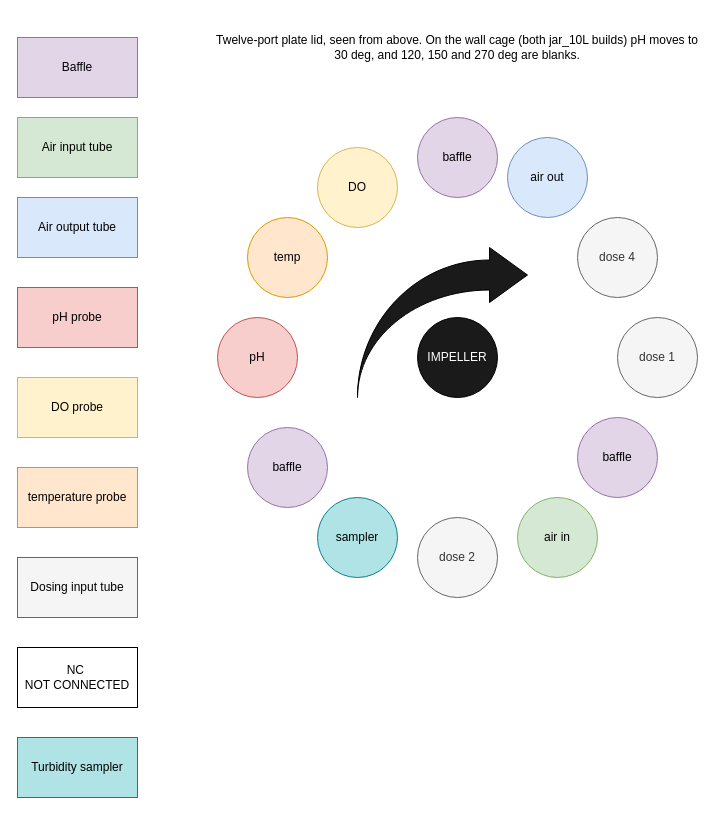
The draw.io diagram docs/ports_layout.drawio in uwo-fast/open-source-bioreactor, before the edit. Source tidied: cells renumbered, new cells numbered last; positions are measured from the earlier drawing's top-left corner, leaving out a move shared by most shapes. Both pictures are drawn from the tidied source at 100%, with x=0, y=0 at pixel (17, 17).
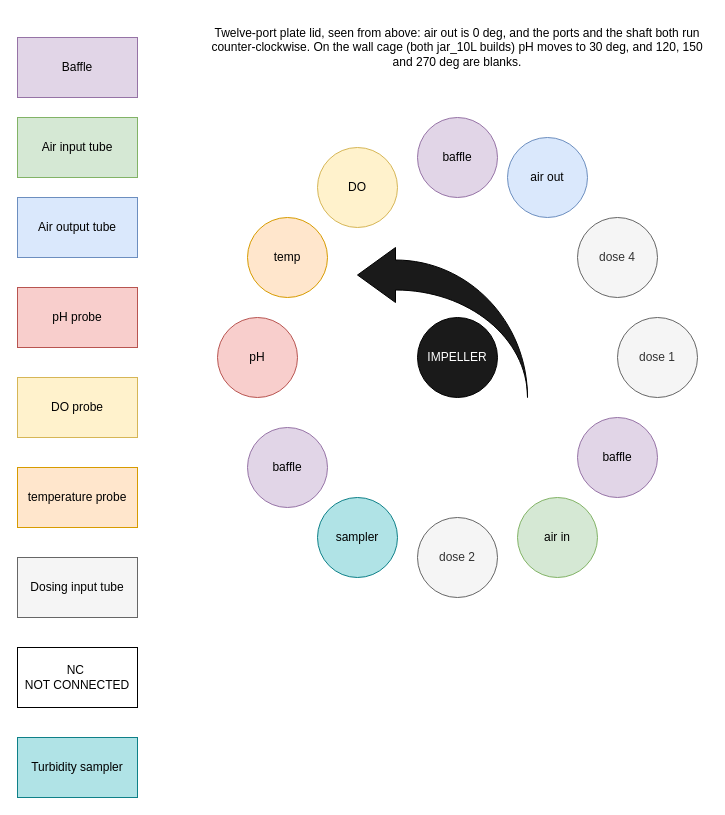
After the change.

Commit message (it also covers changes not shown here):
docs(ports-layout): turn the impeller arrow back to counter-clockwise

The edit, as a diff of the source:
```diff
@@
-    <mxCell id="24" value="Twelve-port plate lid, seen from above. On the wall cage (both jar_10L builds) pH moves to 30 deg, and 120, 150 and 270 deg are blanks." style="text;html=1;whiteSpace=wrap;align=center;verticalAlign=middle;" parent="1" vertex="1">
+    <mxCell id="24" value="Twelve-port plate lid, seen from above: air out is 0 deg, and the ports and the shaft both run counter-clockwise. On the wall cage (both jar_10L builds) pH moves to 30 deg, and 120, 150 and 270 deg are blanks." style="text;html=1;whiteSpace=wrap;align=center;verticalAlign=middle;" parent="1" vertex="1">
       <mxGeometry x="190" width="500" height="60" as="geometry" />
     </mxCell>
-    <mxCell id="25" style="html=1;shadow=0;dashed=0;align=center;verticalAlign=middle;shape=mxgraph.arrows2.jumpInArrow;dy=15;dx=38;arrowHead=55;fillColor=#1A1A1A;" parent="1" vertex="1">
+    <mxCell id="25" style="html=1;shadow=0;dashed=0;align=center;verticalAlign=middle;shape=mxgraph.arrows2.jumpInArrow;dy=15;dx=38;arrowHead=55;flipH=1;fillColor=#1A1A1A;" parent="1" vertex="1">
       <mxGeometry x="340" y="230" width="170" height="150" as="geometry" />
     </mxCell>
```
